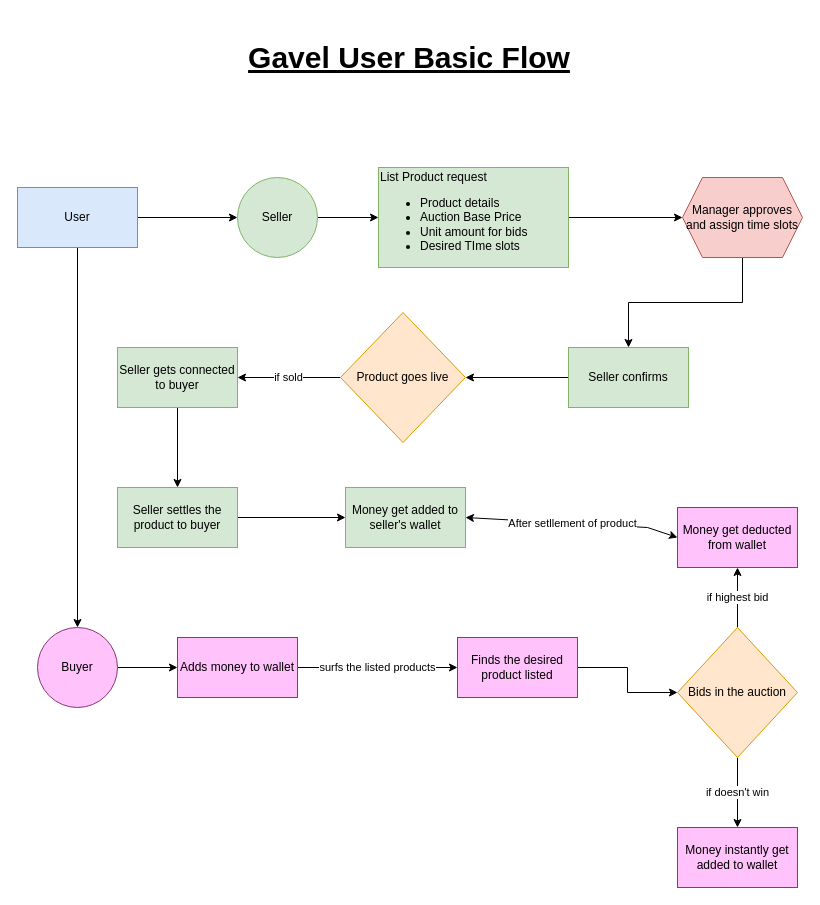
This is flowchart.drawio from Seventy7dot2/webwiz, a draw.io file, before an edit. Source tidied: cells renumbered, new cells numbered last; positions are measured from the earlier drawing's top-left corner, leaving out a move shared by most shapes. Both pictures are drawn from the tidied source at 100%, with x=0, y=0 at pixel (17, 17).
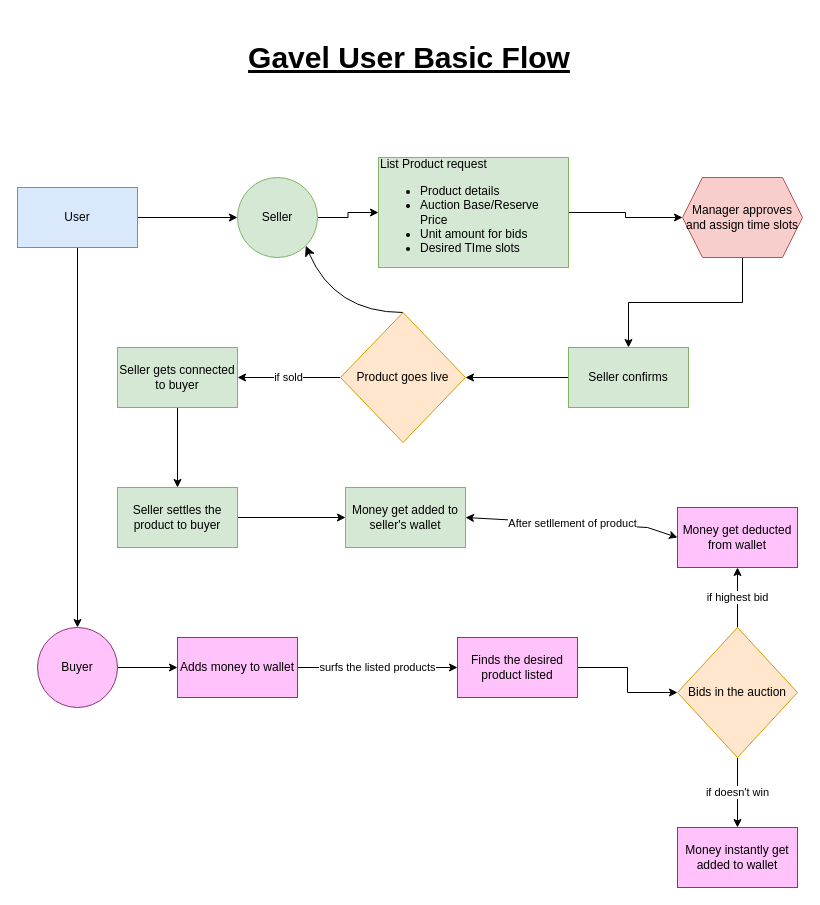
After the change.

Unchanged cells that the change refers to:
```xml
<mxCell id="8" value="Seller" style="ellipse;whiteSpace=wrap;html=1;rounded=0;fillColor=#d5e8d4;strokeColor=#82b366;" parent="1" vertex="1">
  <mxGeometry x="220" y="160" width="80" height="80" as="geometry" />
</mxCell>
<mxCell id="25" value="Product goes live" style="rhombus;whiteSpace=wrap;html=1;rounded=0;fillColor=#ffe6cc;strokeColor=#d79b00;" parent="1" vertex="1">
  <mxGeometry x="323" y="295" width="125" height="130" as="geometry" />
</mxCell>
```

Change to the diagram source:
```diff
@@
-    <mxCell id="10" value="List Product request&lt;div&gt;&lt;ul&gt;&lt;li&gt;Product details&lt;/li&gt;&lt;li&gt;Auction Base Price&lt;/li&gt;&lt;li&gt;Unit amount for bids&lt;/li&gt;&lt;li&gt;Desired TIme slots&lt;/li&gt;&lt;/ul&gt;&lt;/div&gt;" style="rounded=0;whiteSpace=wrap;html=1;align=left;fillColor=#d5e8d4;strokeColor=#82b366;" parent="1" vertex="1">
-      <mxGeometry x="361" y="150" width="190" height="100" as="geometry" />
+    <mxCell id="10" value="List Product request&lt;div&gt;&lt;ul&gt;&lt;li&gt;Product details&lt;/li&gt;&lt;li&gt;Auction Base/Reserve Price&lt;/li&gt;&lt;li&gt;Unit amount for bids&lt;/li&gt;&lt;li&gt;Desired TIme slots&lt;/li&gt;&lt;/ul&gt;&lt;/div&gt;" style="rounded=0;whiteSpace=wrap;html=1;align=left;fillColor=#d5e8d4;strokeColor=#82b366;" parent="1" vertex="1">
+      <mxGeometry x="361" y="140" width="190" height="110" as="geometry" />
     </mxCell>
@@
+    <mxCell id="33" style="edgeStyle=none;curved=1;rounded=0;jettySize=auto;html=1;fontSize=12;startSize=8;endSize=8;entryX=1;entryY=1;entryDx=0;entryDy=0;exitX=0.5;exitY=0;exitDx=0;exitDy=0;" parent="1" edge="1" source="25" target="8">
+      <mxGeometry relative="1" as="geometry">
+        <Array as="points">
+          <mxPoint x="317" y="295" />
+        </Array>
+      </mxGeometry>
+    </mxCell>
```
